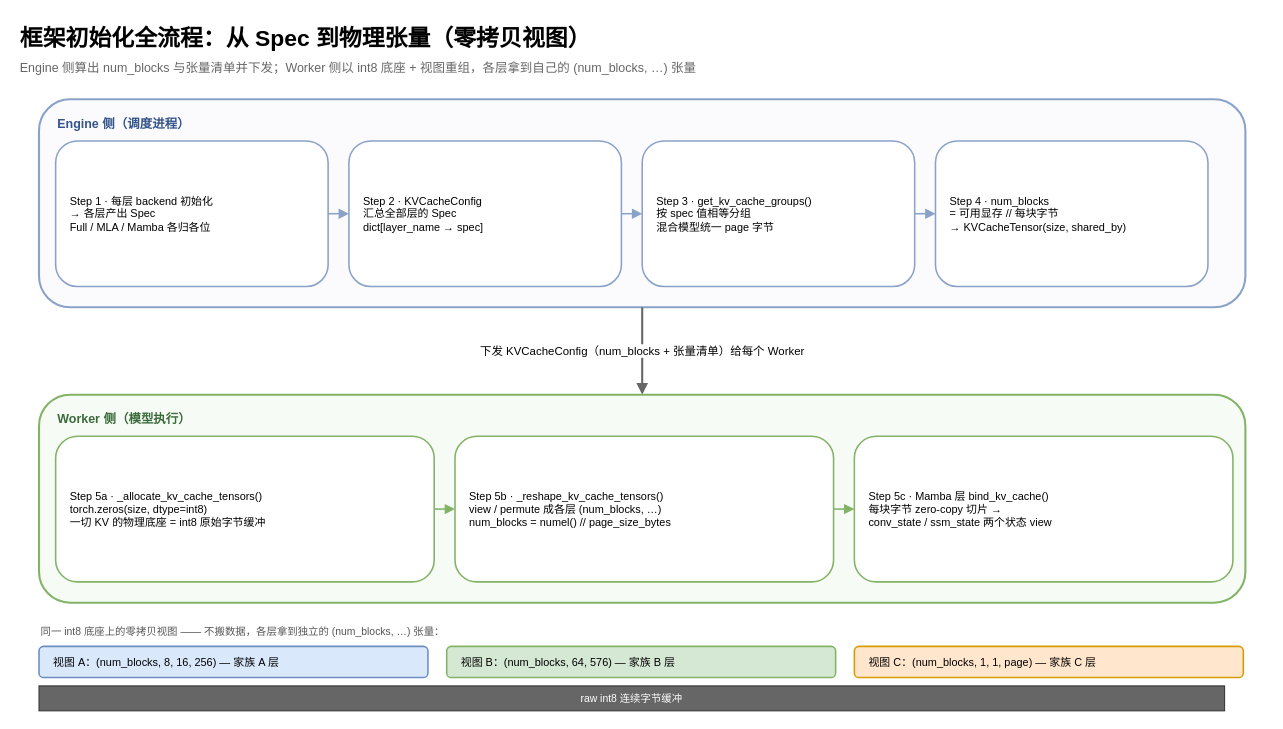
Above: page "4. 框架初始化全流程" (4 of 9) of vllm/v1/core/kvcache_draw_ppt/kvcache_attention_ppt.drawio in GoCHug/vllm (draw.io), before the change. Source tidied: cells renumbered, new cells numbered last; positions are measured from the earlier drawing's top-left corner, leaving out a move shared by most shapes. Both pictures are drawn from the tidied source at 104%, with x=0, y=0 at pixel (18, 18).
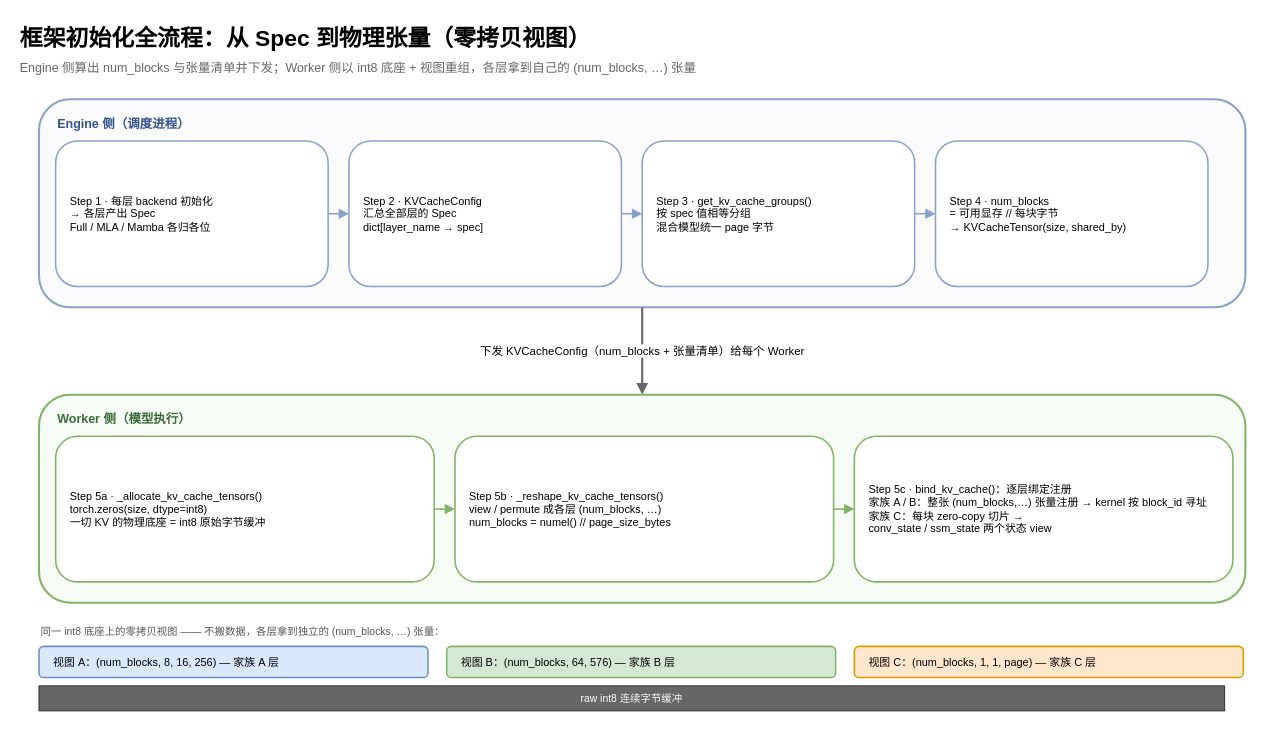
The same page after the edit.

Diff of the diagram source:
```diff
@@
-    <mxCell id="19" value="Step 5c · Mamba 层 bind_kv_cache()&#10;每块字节 zero-copy 切片 →&#10;conv_state / ssm_state 两个状态 view" style="rounded=1;whiteSpace=wrap;html=1;verticalAlign=middle;align=left;spacingLeft=12;spacingRight=8;fontSize=10.5;fillColor=#ffffff;strokeColor=#82b366;strokeWidth=1.5;" parent="1" vertex="1">
+    <mxCell id="19" value="Step 5c · bind_kv_cache()：逐层绑定注册&#10;家族 A / B：整张 (num_blocks,…) 张量注册 → kernel 按 block_id 寻址&#10;家族 C：每块 zero-copy 切片 →&#10;conv_state / ssm_state 两个状态 view" style="rounded=1;whiteSpace=wrap;html=1;verticalAlign=middle;align=left;spacingLeft=12;spacingRight=8;fontSize=10.5;fillColor=#ffffff;strokeColor=#82b366;strokeWidth=1.5;" parent="1" vertex="1">
       <mxGeometry x="804" y="402" width="364" height="140" as="geometry" />
     </mxCell>
```
